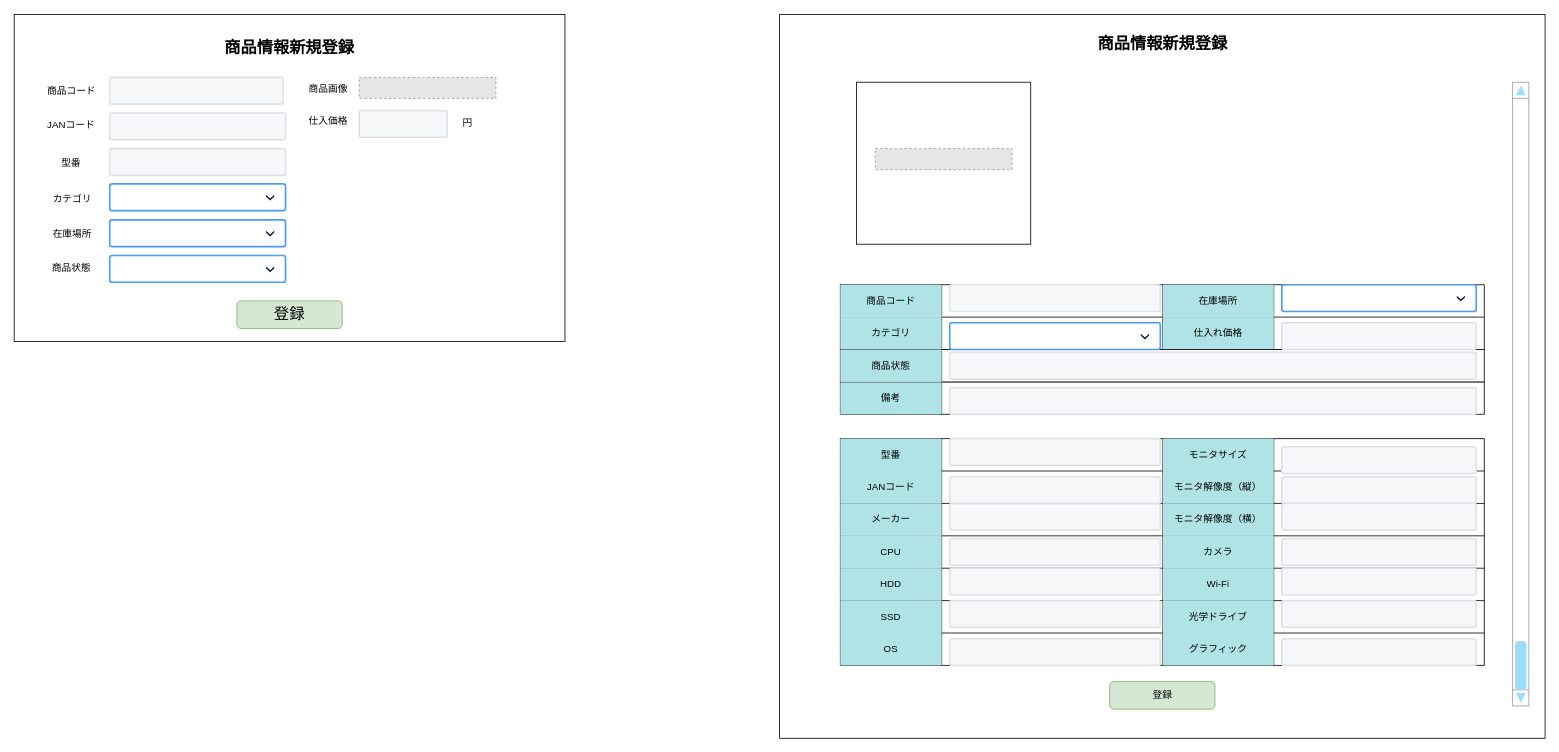
The draw.io diagram page "S03-02 商品情報新規登録" (2 of 4) of 各種設計書/6.画面設計書/S03_商品マスタ.drawio in HaruShim/Sotuken, before the edit. Source tidied: cells renumbered, new cells numbered last; positions are measured from the earlier drawing's top-left corner, leaving out a move shared by most shapes. Both pictures are drawn from the tidied source at 81%, with x=0, y=0 at pixel (14, 14). Pictures stored in the file or linked from it are replaced by grey dashed boxes.
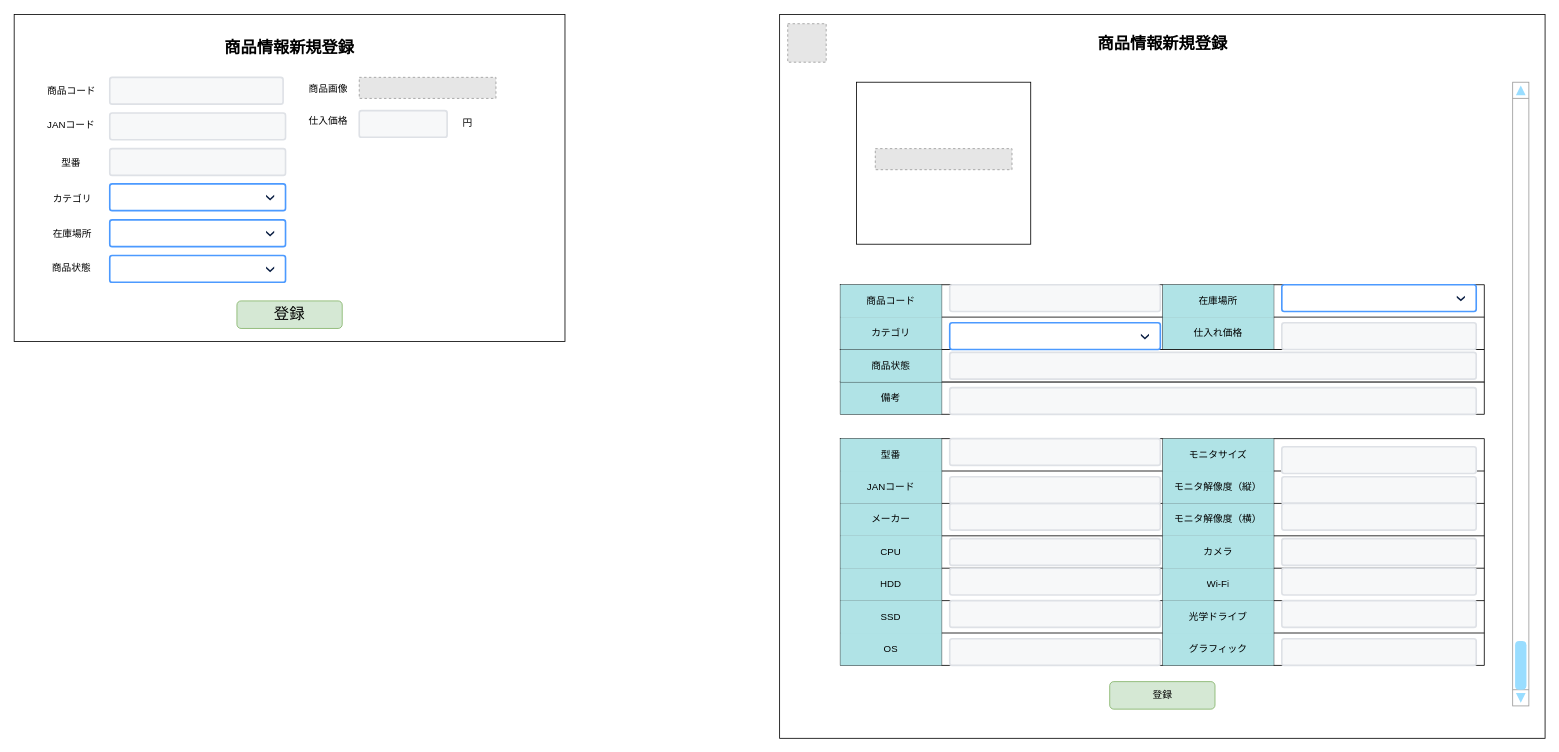
After the change.

The edit, as a diff of the source:
```diff
@@
+    <mxCell id="110" style="fillColor=#E6E6E6;strokeColor=#999999;dashed=1;html=1;verticalAlign=top;verticalLabelPosition=bottom;labelBackgroundColor=#ffffff;" parent="1" vertex="1">
+      <mxGeometry x="955" y="11.8" width="47.5" height="47.5" as="geometry" />
+    </mxCell>
```
